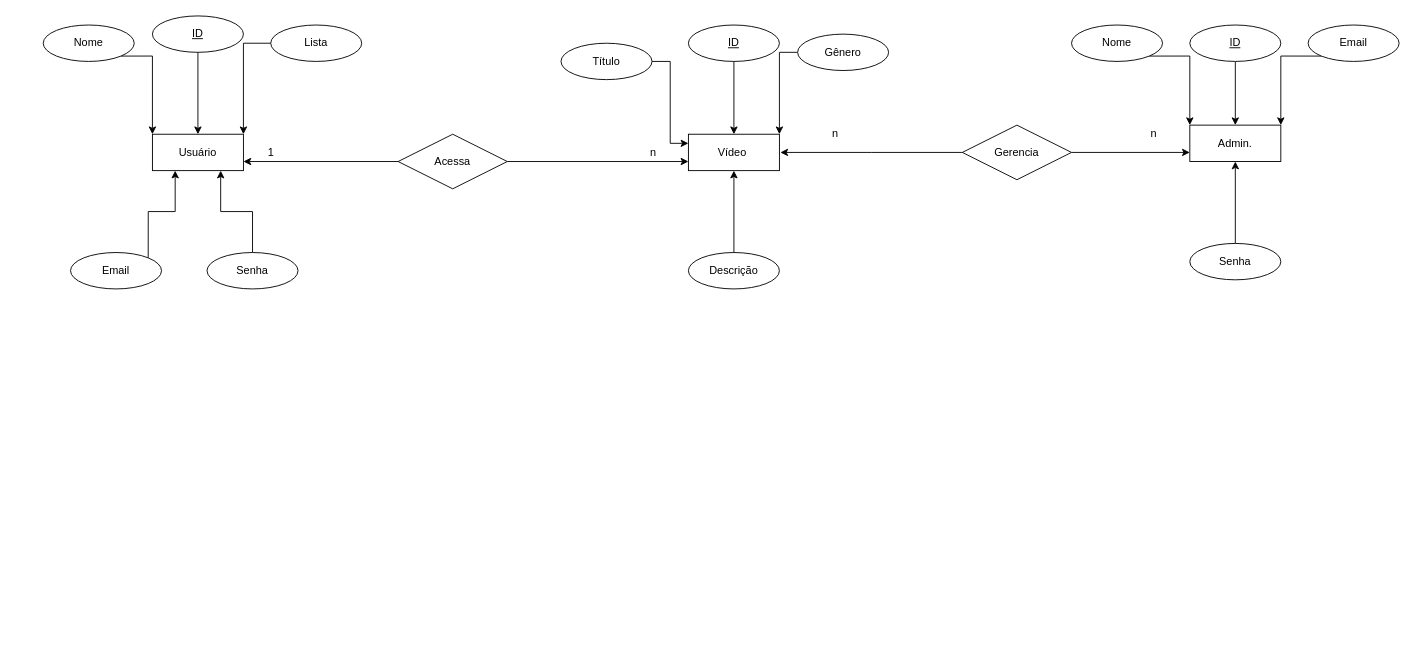
Earlier version of the draw.io diagram MER_DevPlus.drawio (sabrinamarinho/DevPlus). Source tidied: cells renumbered, new cells numbered last; positions are measured from the earlier drawing's top-left corner, leaving out a move shared by most shapes. Both pictures are drawn from the tidied source at 91%, with x=0, y=0 at pixel (43, 15).
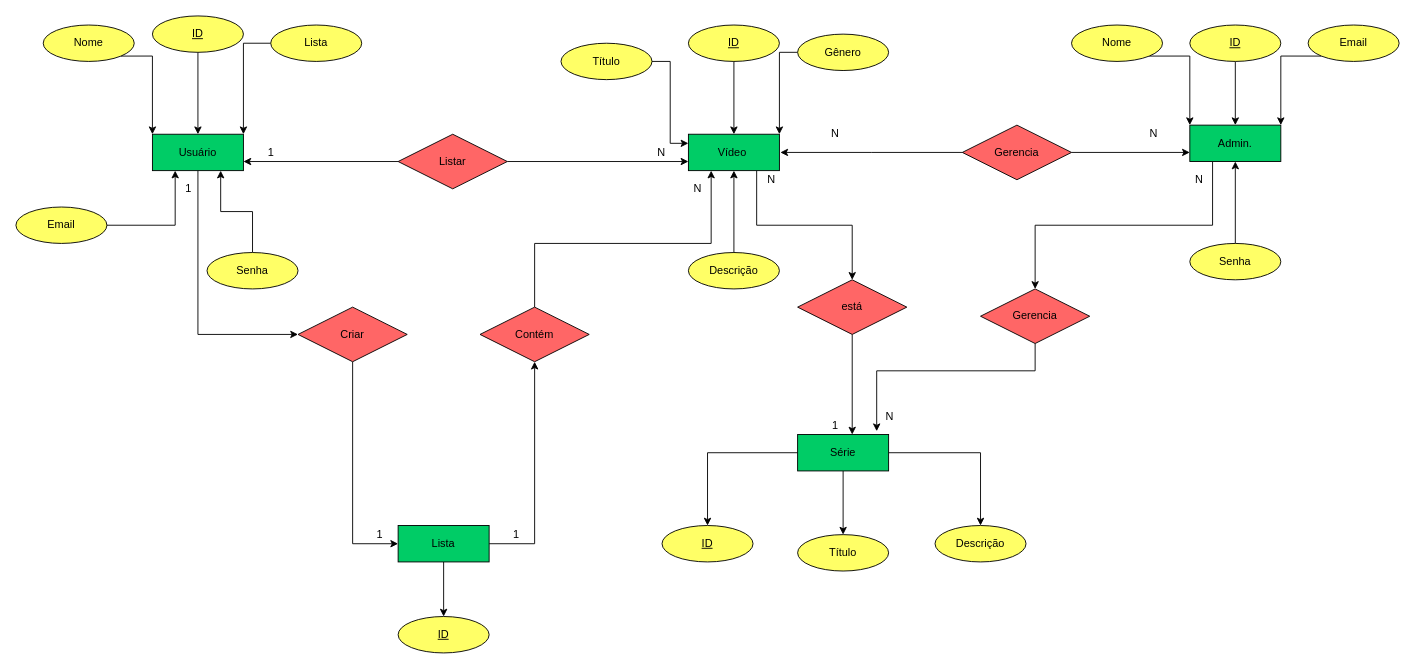
Above is the later version.

The edit, as a diff of the source:
```diff
@@
+    <mxCell id="41" style="edgeStyle=orthogonalEdgeStyle;rounded=0;jettySize=auto;html=1;exitX=0.75;exitY=1;exitDx=0;exitDy=0;entryX=0.5;entryY=0;entryDx=0;entryDy=0;" parent="1" edge="1" source="2" target="64">
+      <mxGeometry relative="1" as="geometry" />
+    </mxCell>
-    <mxCell id="2" value="Vídeo&amp;nbsp;" style="whiteSpace=wrap;html=1;align=center;" parent="1" vertex="1">
+    <mxCell id="2" value="Vídeo&amp;nbsp;" style="whiteSpace=wrap;html=1;align=center;fillColor=#00CC66;" parent="1" vertex="1">
       <mxGeometry x="709" y="130" width="100" height="40" as="geometry" />
     </mxCell>
+    <mxCell id="42" style="edgeStyle=orthogonalEdgeStyle;rounded=0;jettySize=auto;html=1;" parent="1" edge="1" source="3" target="49">
+      <mxGeometry relative="1" as="geometry">
+        <Array as="points">
+          <mxPoint x="170" y="350" />
+        </Array>
+      </mxGeometry>
+    </mxCell>
-    <mxCell id="3" value="Usuário" style="whiteSpace=wrap;html=1;align=center;" parent="1" vertex="1">
+    <mxCell id="3" value="Usuário" style="whiteSpace=wrap;html=1;align=center;fillColor=#00CC66;" parent="1" vertex="1">
       <mxGeometry x="120" y="130" width="100" height="40" as="geometry" />
     </mxCell>
+    <mxCell id="43" style="edgeStyle=orthogonalEdgeStyle;rounded=0;jettySize=auto;html=1;exitX=0.25;exitY=1;exitDx=0;exitDy=0;entryX=0.5;entryY=0;entryDx=0;entryDy=0;" parent="1" edge="1" source="4" target="66">
+      <mxGeometry relative="1" as="geometry" />
+    </mxCell>
-    <mxCell id="4" value="Admin." style="whiteSpace=wrap;html=1;align=center;" parent="1" vertex="1">
+    <mxCell id="4" value="Admin." style="whiteSpace=wrap;html=1;align=center;fillColor=#00CC66;" parent="1" vertex="1">
       <mxGeometry x="1260" y="120" width="100" height="40" as="geometry" />
     </mxCell>
@@
-    <mxCell id="6" value="ID" style="ellipse;whiteSpace=wrap;html=1;align=center;fontStyle=4;" parent="1" vertex="1">
+    <mxCell id="6" value="ID" style="ellipse;whiteSpace=wrap;html=1;align=center;fontStyle=4;fillColor=#FFFF66;" parent="1" vertex="1">
       <mxGeometry x="709" y="10" width="100" height="40" as="geometry" />
     </mxCell>
@@
-    <mxCell id="8" value="ID" style="ellipse;whiteSpace=wrap;html=1;align=center;fontStyle=4;" parent="1" vertex="1">
+    <mxCell id="8" value="ID" style="ellipse;whiteSpace=wrap;html=1;align=center;fontStyle=4;fillColor=#FFFF66;" parent="1" vertex="1">
       <mxGeometry x="1260" y="10" width="100" height="40" as="geometry" />
     </mxCell>
@@
-    <mxCell id="10" value="ID" style="ellipse;whiteSpace=wrap;html=1;align=center;fontStyle=4;" parent="1" vertex="1">
+    <mxCell id="10" value="ID" style="ellipse;whiteSpace=wrap;html=1;align=center;fontStyle=4;fillColor=#FFFF66;" parent="1" vertex="1">
       <mxGeometry x="120" width="100" height="40" as="geometry" />
     </mxCell>
@@
-    <mxCell id="12" value="Título" style="ellipse;whiteSpace=wrap;html=1;align=center;" parent="1" vertex="1">
+    <mxCell id="12" value="Título" style="ellipse;whiteSpace=wrap;html=1;align=center;fillColor=#FFFF66;" parent="1" vertex="1">
       <mxGeometry x="569" y="30" width="100" height="40" as="geometry" />
     </mxCell>
@@
-    <mxCell id="14" value="Descrição" style="ellipse;whiteSpace=wrap;html=1;align=center;" parent="1" vertex="1">
+    <mxCell id="14" value="Descrição" style="ellipse;whiteSpace=wrap;html=1;align=center;fillColor=#FFFF66;" parent="1" vertex="1">
       <mxGeometry x="709" y="260" width="100" height="40" as="geometry" />
     </mxCell>
@@
-    <mxCell id="16" value="Gênero" style="ellipse;whiteSpace=wrap;html=1;align=center;" parent="1" vertex="1">
+    <mxCell id="16" value="Gênero" style="ellipse;whiteSpace=wrap;html=1;align=center;fillColor=#FFFF66;" parent="1" vertex="1">
       <mxGeometry x="829" y="20" width="100" height="40" as="geometry" />
     </mxCell>
@@
-    <mxCell id="18" value="Nome" style="ellipse;whiteSpace=wrap;html=1;align=center;" parent="1" vertex="1">
+    <mxCell id="18" value="Nome" style="ellipse;whiteSpace=wrap;html=1;align=center;fillColor=#FFFF66;" parent="1" vertex="1">
       <mxGeometry y="10" width="100" height="40" as="geometry" />
     </mxCell>
@@
-    <mxCell id="20" value="Lista" style="ellipse;whiteSpace=wrap;html=1;align=center;" parent="1" vertex="1">
+    <mxCell id="20" value="Lista" style="ellipse;whiteSpace=wrap;html=1;align=center;fillColor=#FFFF66;" parent="1" vertex="1">
       <mxGeometry x="250" y="10" width="100" height="40" as="geometry" />
     </mxCell>
@@
-    <mxCell id="22" value="Senha" style="ellipse;whiteSpace=wrap;html=1;align=center;" parent="1" vertex="1">
+    <mxCell id="22" value="Senha" style="ellipse;whiteSpace=wrap;html=1;align=center;fillColor=#FFFF66;" parent="1" vertex="1">
       <mxGeometry x="180" y="260" width="100" height="40" as="geometry" />
     </mxCell>
     <mxCell id="23" style="edgeStyle=orthogonalEdgeStyle;rounded=0;jettySize=auto;html=1;exitX=1;exitY=0;exitDx=0;exitDy=0;entryX=0.25;entryY=1;entryDx=0;entryDy=0;" parent="1" edge="1" source="24" target="3">
-      <mxGeometry relative="1" as="geometry" />
+      <mxGeometry relative="1" as="geometry">
+        <Array as="points">
+          <mxPoint x="55" y="230" />
+          <mxPoint x="145" y="230" />
+        </Array>
+      </mxGeometry>
     </mxCell>
-    <mxCell id="24" value="Email" style="ellipse;whiteSpace=wrap;html=1;align=center;" parent="1" vertex="1">
-      <mxGeometry x="30" y="260" width="100" height="40" as="geometry" />
+    <mxCell id="24" value="Email" style="ellipse;whiteSpace=wrap;html=1;align=center;fillColor=#FFFF66;" parent="1" vertex="1">
+      <mxGeometry x="-30" y="210" width="100" height="40" as="geometry" />
     </mxCell>
@@
-    <mxCell id="26" value="Nome" style="ellipse;whiteSpace=wrap;html=1;align=center;" parent="1" vertex="1">
+    <mxCell id="26" value="Nome" style="ellipse;whiteSpace=wrap;html=1;align=center;fillColor=#FFFF66;" parent="1" vertex="1">
       <mxGeometry x="1130" y="10" width="100" height="40" as="geometry" />
     </mxCell>
@@
-    <mxCell id="28" value="Email" style="ellipse;whiteSpace=wrap;html=1;align=center;" parent="1" vertex="1">
+    <mxCell id="28" value="Email" style="ellipse;whiteSpace=wrap;html=1;align=center;fillColor=#FFFF66;" parent="1" vertex="1">
       <mxGeometry x="1390" y="10" width="100" height="40" as="geometry" />
     </mxCell>
@@
-    <mxCell id="30" value="Senha" style="ellipse;whiteSpace=wrap;html=1;align=center;" parent="1" vertex="1">
+    <mxCell id="30" value="Senha" style="ellipse;whiteSpace=wrap;html=1;align=center;fillColor=#FFFF66;" parent="1" vertex="1">
       <mxGeometry x="1260" y="250" width="100" height="40" as="geometry" />
     </mxCell>
@@
-    <mxCell id="33" value="Acessa" style="shape=rhombus;perimeter=rhombusPerimeter;whiteSpace=wrap;html=1;align=center;" parent="1" vertex="1">
+    <mxCell id="33" value="Listar" style="shape=rhombus;perimeter=rhombusPerimeter;whiteSpace=wrap;html=1;align=center;fillColor=#FF6666;" parent="1" vertex="1">
       <mxGeometry x="390" y="130" width="120" height="60" as="geometry" />
     </mxCell>
@@
-    <mxCell id="35" value="n" style="text;html=1;align=center;verticalAlign=middle;" parent="1" vertex="1">
-      <mxGeometry x="660" y="140" width="20" height="20" as="geometry" />
+    <mxCell id="35" value="N" style="text;html=1;align=center;verticalAlign=middle;" parent="1" vertex="1">
+      <mxGeometry x="669" y="140" width="20" height="20" as="geometry" />
     </mxCell>
@@
-    <mxCell id="38" value="Gerencia" style="shape=rhombus;perimeter=rhombusPerimeter;whiteSpace=wrap;html=1;align=center;" parent="1" vertex="1">
+    <mxCell id="38" value="Gerencia" style="shape=rhombus;perimeter=rhombusPerimeter;whiteSpace=wrap;html=1;align=center;fillColor=#FF6666;" parent="1" vertex="1">
       <mxGeometry x="1010" y="120" width="120" height="60" as="geometry" />
     </mxCell>
-    <mxCell id="39" value="n" style="text;html=1;align=center;verticalAlign=middle;" parent="1" vertex="1">
+    <mxCell id="39" value="N" style="text;html=1;align=center;verticalAlign=middle;" parent="1" vertex="1">
       <mxGeometry x="860" y="120" width="20" height="20" as="geometry" />
     </mxCell>
-    <mxCell id="40" value="n" style="text;html=1;align=center;verticalAlign=middle;" parent="1" vertex="1">
+    <mxCell id="40" value="N" style="text;html=1;align=center;verticalAlign=middle;" parent="1" vertex="1">
       <mxGeometry x="1210" y="120" width="20" height="20" as="geometry" />
     </mxCell>
+    <mxCell id="44" style="edgeStyle=orthogonalEdgeStyle;rounded=0;jettySize=auto;html=1;entryX=0.5;entryY=0;entryDx=0;entryDy=0;" parent="1" edge="1" source="46" target="47">
+      <mxGeometry relative="1" as="geometry" />
+    </mxCell>
+    <mxCell id="45" style="edgeStyle=orthogonalEdgeStyle;rounded=0;jettySize=auto;html=1;entryX=0.5;entryY=1;entryDx=0;entryDy=0;fillColor=#000000;" parent="1" edge="1" source="46" target="51">
+      <mxGeometry relative="1" as="geometry">
+        <Array as="points">
+          <mxPoint x="540" y="580" />
+        </Array>
+      </mxGeometry>
+    </mxCell>
+    <mxCell id="46" value="Lista" style="whiteSpace=wrap;html=1;align=center;fillColor=#00CC66;" parent="1" vertex="1">
+      <mxGeometry x="390" y="560" width="100" height="40" as="geometry" />
+    </mxCell>
+    <mxCell id="47" value="ID" style="ellipse;whiteSpace=wrap;html=1;align=center;fontStyle=4;fillColor=#FFFF66;" parent="1" vertex="1">
+      <mxGeometry x="390" y="660" width="100" height="40" as="geometry" />
+    </mxCell>
+    <mxCell id="48" style="edgeStyle=orthogonalEdgeStyle;rounded=0;jettySize=auto;html=1;entryX=0;entryY=0.5;entryDx=0;entryDy=0;fillColor=#000000;" parent="1" edge="1" source="49" target="46">
+      <mxGeometry relative="1" as="geometry">
+        <Array as="points">
+          <mxPoint x="340" y="580" />
+        </Array>
+      </mxGeometry>
+    </mxCell>
+    <mxCell id="49" value="Criar" style="shape=rhombus;perimeter=rhombusPerimeter;whiteSpace=wrap;html=1;align=center;fillColor=#FF6666;" parent="1" vertex="1">
+      <mxGeometry x="280" y="320" width="120" height="60" as="geometry" />
+    </mxCell>
+    <mxCell id="50" style="edgeStyle=orthogonalEdgeStyle;rounded=0;jettySize=auto;html=1;entryX=0.25;entryY=1;entryDx=0;entryDy=0;fillColor=#000000;" parent="1" edge="1" source="51" target="2">
+      <mxGeometry relative="1" as="geometry">
+        <Array as="points">
+          <mxPoint x="540" y="250" />
+          <mxPoint x="734" y="250" />
+        </Array>
+      </mxGeometry>
+    </mxCell>
+    <mxCell id="51" value="Contém" style="shape=rhombus;perimeter=rhombusPerimeter;whiteSpace=wrap;html=1;align=center;fillColor=#FF6666;" parent="1" vertex="1">
+      <mxGeometry x="480" y="320" width="120" height="60" as="geometry" />
+    </mxCell>
+    <mxCell id="52" style="edgeStyle=orthogonalEdgeStyle;rounded=0;jettySize=auto;html=1;entryX=0.5;entryY=0;entryDx=0;entryDy=0;" parent="1" edge="1" source="55" target="56">
+      <mxGeometry relative="1" as="geometry" />
+    </mxCell>
+    <mxCell id="53" style="edgeStyle=orthogonalEdgeStyle;rounded=0;jettySize=auto;html=1;entryX=0.5;entryY=0;entryDx=0;entryDy=0;" parent="1" edge="1" source="55" target="58">
+      <mxGeometry relative="1" as="geometry" />
+    </mxCell>
+    <mxCell id="54" style="edgeStyle=orthogonalEdgeStyle;rounded=0;jettySize=auto;html=1;entryX=0.5;entryY=0;entryDx=0;entryDy=0;" parent="1" edge="1" source="55" target="57">
+      <mxGeometry relative="1" as="geometry" />
+    </mxCell>
+    <mxCell id="55" value="Série" style="whiteSpace=wrap;html=1;align=center;fillColor=#00CC66;" parent="1" vertex="1">
+      <mxGeometry x="829" y="460" width="100" height="40" as="geometry" />
+    </mxCell>
+    <mxCell id="56" value="ID" style="ellipse;whiteSpace=wrap;html=1;align=center;fontStyle=4;fillColor=#FFFF66;" parent="1" vertex="1">
+      <mxGeometry x="680" y="560" width="100" height="40" as="geometry" />
+    </mxCell>
+    <mxCell id="57" value="Título" style="ellipse;whiteSpace=wrap;html=1;align=center;fillColor=#FFFF66;" parent="1" vertex="1">
+      <mxGeometry x="829" y="570" width="100" height="40" as="geometry" />
+    </mxCell>
+    <mxCell id="58" value="Descrição" style="ellipse;whiteSpace=wrap;html=1;align=center;fillColor=#FFFF66;" parent="1" vertex="1">
+      <mxGeometry x="980" y="560" width="100" height="40" as="geometry" />
+    </mxCell>
+    <mxCell id="59" value="1" style="text;html=1;strokeColor=none;fillColor=none;align=center;verticalAlign=middle;whiteSpace=wrap;rounded=0;" parent="1" vertex="1">
+      <mxGeometry x="350" y="560" width="40" height="20" as="geometry" />
+    </mxCell>
+    <mxCell id="60" value="1" style="text;html=1;strokeColor=none;fillColor=none;align=center;verticalAlign=middle;whiteSpace=wrap;rounded=0;" parent="1" vertex="1">
+      <mxGeometry x="140" y="180" width="40" height="20" as="geometry" />
+    </mxCell>
+    <mxCell id="61" value="1" style="text;html=1;strokeColor=none;fillColor=none;align=center;verticalAlign=middle;whiteSpace=wrap;rounded=0;" parent="1" vertex="1">
+      <mxGeometry x="500" y="560" width="40" height="20" as="geometry" />
+    </mxCell>
+    <mxCell id="62" value="N" style="text;html=1;align=center;verticalAlign=middle;" parent="1" vertex="1">
+      <mxGeometry x="709" y="180" width="20" height="20" as="geometry" />
+    </mxCell>
+    <mxCell id="63" style="edgeStyle=orthogonalEdgeStyle;rounded=0;jettySize=auto;html=1;entryX=0.6;entryY=0;entryDx=0;entryDy=0;entryPerimeter=0;" parent="1" edge="1" source="64" target="55">
+      <mxGeometry relative="1" as="geometry" />
+    </mxCell>
+    <mxCell id="64" value="está" style="shape=rhombus;perimeter=rhombusPerimeter;whiteSpace=wrap;html=1;align=center;fillColor=#FF6666;" parent="1" vertex="1">
+      <mxGeometry x="829" y="290" width="120" height="60" as="geometry" />
+    </mxCell>
+    <mxCell id="65" style="edgeStyle=orthogonalEdgeStyle;rounded=0;jettySize=auto;html=1;entryX=0.869;entryY=-0.091;entryDx=0;entryDy=0;entryPerimeter=0;" parent="1" edge="1" source="66" target="55">
+      <mxGeometry relative="1" as="geometry">
+        <Array as="points">
+          <mxPoint x="1090" y="390" />
+          <mxPoint x="916" y="390" />
+        </Array>
+      </mxGeometry>
+    </mxCell>
+    <mxCell id="66" value="Gerencia" style="shape=rhombus;perimeter=rhombusPerimeter;whiteSpace=wrap;html=1;align=center;fillColor=#FF6666;" parent="1" vertex="1">
+      <mxGeometry x="1030" y="300" width="120" height="60" as="geometry" />
+    </mxCell>
+    <mxCell id="67" value="N" style="text;html=1;align=center;verticalAlign=middle;" parent="1" vertex="1">
+      <mxGeometry x="1260" y="170" width="20" height="20" as="geometry" />
+    </mxCell>
+    <mxCell id="68" value="N" style="text;html=1;align=center;verticalAlign=middle;" parent="1" vertex="1">
+      <mxGeometry x="920" y="430" width="20" height="20" as="geometry" />
+    </mxCell>
+    <mxCell id="69" value="1" style="text;html=1;align=center;verticalAlign=middle;" parent="1" vertex="1">
+      <mxGeometry x="860" y="440" width="20" height="20" as="geometry" />
+    </mxCell>
+    <mxCell id="70" value="N" style="text;html=1;align=center;verticalAlign=middle;" parent="1" vertex="1">
+      <mxGeometry x="790" y="170" width="20" height="20" as="geometry" />
+    </mxCell>
```
